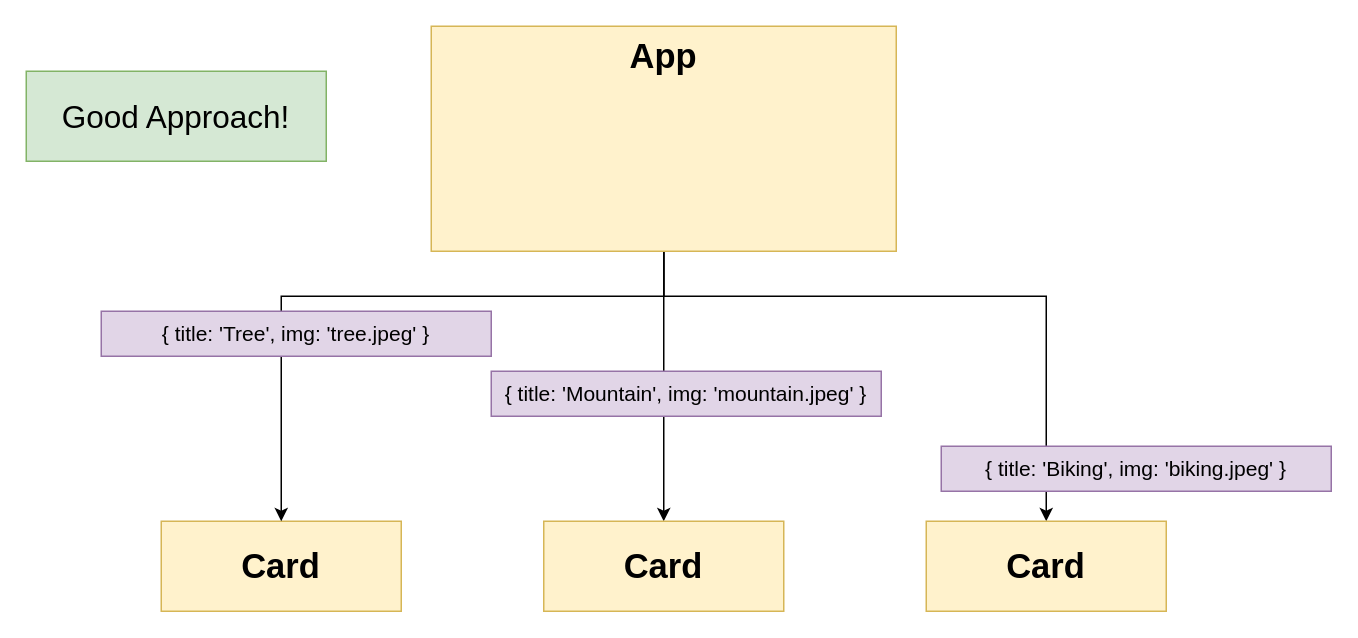
StephenGrider/ng-casts keeps this draw.io diagram as page "21 - binding" (11 of 25) of diagrams/cards/diagrams.drawio. Above is the earlier version. Source tidied: cells renumbered, new cells numbered last; positions are measured from the earlier drawing's top-left corner, leaving out a move shared by most shapes. Both pictures are drawn from the tidied source at 150%, with x=0, y=0 at pixel (26, 26).
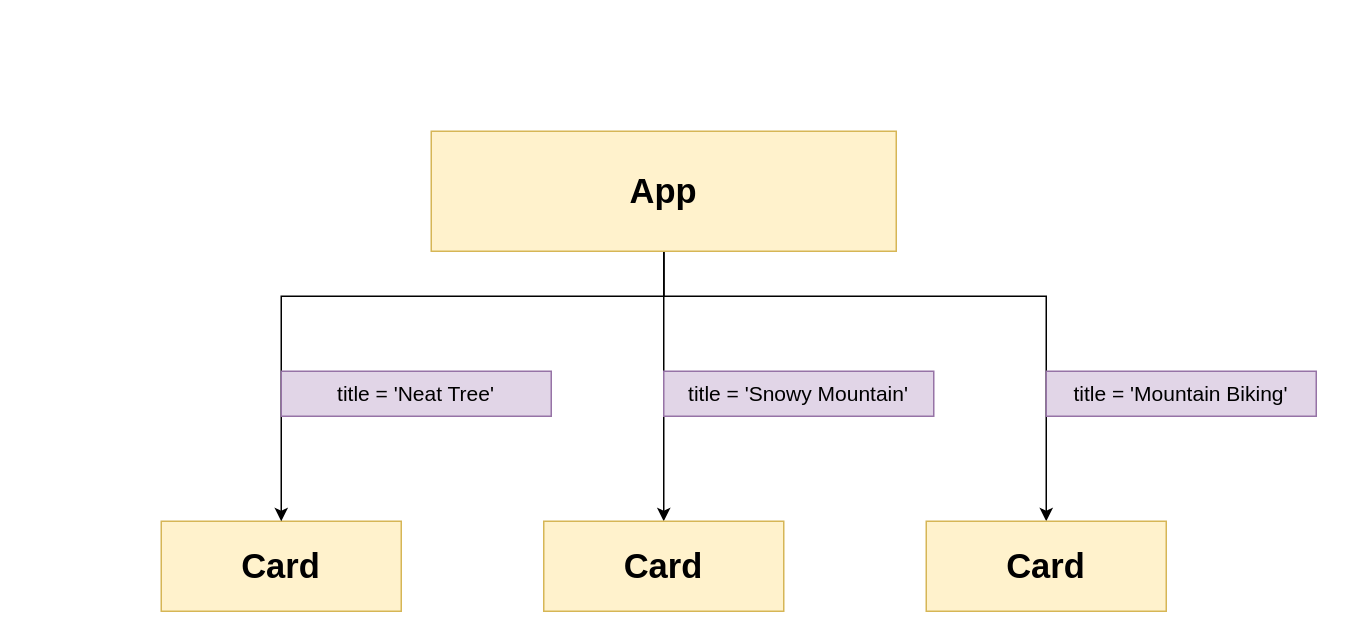
Above is the later version.

Diff of the diagram source:
```diff
@@
 <mxGraphModel>
   <root>
     <mxCell id="0" />
     <mxCell id="1" parent="0" />
     <mxCell id="2" value="Card" style="rounded=0;whiteSpace=wrap;html=1;shadow=0;strokeWidth=1;fontSize=23;align=center;fillColor=#fff2cc;strokeColor=#d6b656;fontStyle=1;" parent="1" vertex="1">
       <mxGeometry x="90" y="330" width="160" height="60" as="geometry" />
     </mxCell>
     <mxCell id="3" style="edgeStyle=orthogonalEdgeStyle;rounded=0;jettySize=auto;html=1;exitX=0.5;exitY=1;exitDx=0;exitDy=0;strokeWidth=1;fontSize=23;" parent="1" edge="1" source="6" target="2">
       <mxGeometry relative="1" as="geometry">
         <Array as="points">
           <mxPoint x="425" y="180" />
           <mxPoint x="170" y="180" />
         </Array>
       </mxGeometry>
     </mxCell>
     <mxCell id="4" style="edgeStyle=orthogonalEdgeStyle;rounded=0;jettySize=auto;html=1;exitX=0.5;exitY=1;exitDx=0;exitDy=0;strokeWidth=1;fontSize=21;" parent="1" edge="1" source="6" target="8">
       <mxGeometry relative="1" as="geometry" />
     </mxCell>
     <mxCell id="5" style="edgeStyle=orthogonalEdgeStyle;rounded=0;jettySize=auto;html=1;exitX=0.5;exitY=1;exitDx=0;exitDy=0;strokeWidth=1;fontSize=21;" parent="1" edge="1" source="6" target="9">
       <mxGeometry relative="1" as="geometry">
         <Array as="points">
           <mxPoint x="425" y="180" />
           <mxPoint x="680" y="180" />
         </Array>
       </mxGeometry>
     </mxCell>
-    <mxCell id="6" value="App&lt;br&gt;&lt;br&gt;&lt;br&gt;&lt;br&gt;&lt;br&gt;" style="rounded=0;whiteSpace=wrap;html=1;shadow=0;strokeWidth=1;fontSize=23;align=center;fillColor=#fff2cc;strokeColor=#d6b656;fontStyle=1;" parent="1" vertex="1">
-      <mxGeometry x="270" width="310" height="150" as="geometry" />
+    <mxCell id="6" value="App" style="rounded=0;whiteSpace=wrap;html=1;shadow=0;strokeWidth=1;fontSize=23;align=center;fillColor=#fff2cc;strokeColor=#d6b656;fontStyle=1;" parent="1" vertex="1">
+      <mxGeometry x="270" y="70" width="310" height="80" as="geometry" />
     </mxCell>
-    <mxCell id="7" value="Good Approach!" style="rounded=0;whiteSpace=wrap;html=1;shadow=0;strokeWidth=1;fillColor=#d5e8d4;fontSize=21;align=center;strokeColor=#82b366;" parent="1" vertex="1">
-      <mxGeometry y="30" width="200" height="60" as="geometry" />
-    </mxCell>
     <mxCell id="8" value="Card" style="rounded=0;whiteSpace=wrap;html=1;shadow=0;strokeWidth=1;fontSize=23;align=center;fillColor=#fff2cc;strokeColor=#d6b656;fontStyle=1;" parent="1" vertex="1">
       <mxGeometry x="345" y="330" width="160" height="60" as="geometry" />
     </mxCell>
     <mxCell id="9" value="Card" style="rounded=0;whiteSpace=wrap;html=1;shadow=0;strokeWidth=1;fontSize=23;align=center;fillColor=#fff2cc;strokeColor=#d6b656;fontStyle=1;" parent="1" vertex="1">
       <mxGeometry x="600" y="330" width="160" height="60" as="geometry" />
     </mxCell>
-    <mxCell id="10" value="{ title: 'Tree', img: 'tree.jpeg' }" style="rounded=0;whiteSpace=wrap;html=1;shadow=0;strokeWidth=1;fontSize=14;align=center;fillColor=#e1d5e7;strokeColor=#9673a6;fontStyle=0;" parent="1" vertex="1">
-      <mxGeometry x="50" y="190" width="260" height="30" as="geometry" />
+    <mxCell id="10" value="title = 'Neat Tree'" style="rounded=0;whiteSpace=wrap;html=1;shadow=0;strokeWidth=1;fontSize=14;align=center;fillColor=#e1d5e7;strokeColor=#9673a6;fontStyle=0;" parent="1" vertex="1">
+      <mxGeometry x="170" y="230" width="180" height="30" as="geometry" />
     </mxCell>
-    <mxCell id="11" value="{ title: 'Mountain', img: 'mountain.jpeg' }" style="rounded=0;whiteSpace=wrap;html=1;shadow=0;strokeWidth=1;fontSize=14;align=center;fillColor=#e1d5e7;strokeColor=#9673a6;fontStyle=0;" parent="1" vertex="1">
-      <mxGeometry x="310" y="230" width="260" height="30" as="geometry" />
+    <mxCell id="11" value="title = 'Snowy Mountain'" style="rounded=0;whiteSpace=wrap;html=1;shadow=0;strokeWidth=1;fontSize=14;align=center;fillColor=#e1d5e7;strokeColor=#9673a6;fontStyle=0;" parent="1" vertex="1">
+      <mxGeometry x="425" y="230" width="180" height="30" as="geometry" />
     </mxCell>
-    <mxCell id="12" value="{ title: 'Biking', img: 'biking.jpeg' }" style="rounded=0;whiteSpace=wrap;html=1;shadow=0;strokeWidth=1;fontSize=14;align=center;fillColor=#e1d5e7;strokeColor=#9673a6;fontStyle=0;" parent="1" vertex="1">
-      <mxGeometry x="610" y="280" width="260" height="30" as="geometry" />
+    <mxCell id="12" value="title = 'Mountain Biking'" style="rounded=0;whiteSpace=wrap;html=1;shadow=0;strokeWidth=1;fontSize=14;align=center;fillColor=#e1d5e7;strokeColor=#9673a6;fontStyle=0;" parent="1" vertex="1">
+      <mxGeometry x="680" y="230" width="180" height="30" as="geometry" />
     </mxCell>
   </root>
 </mxGraphModel>
```
